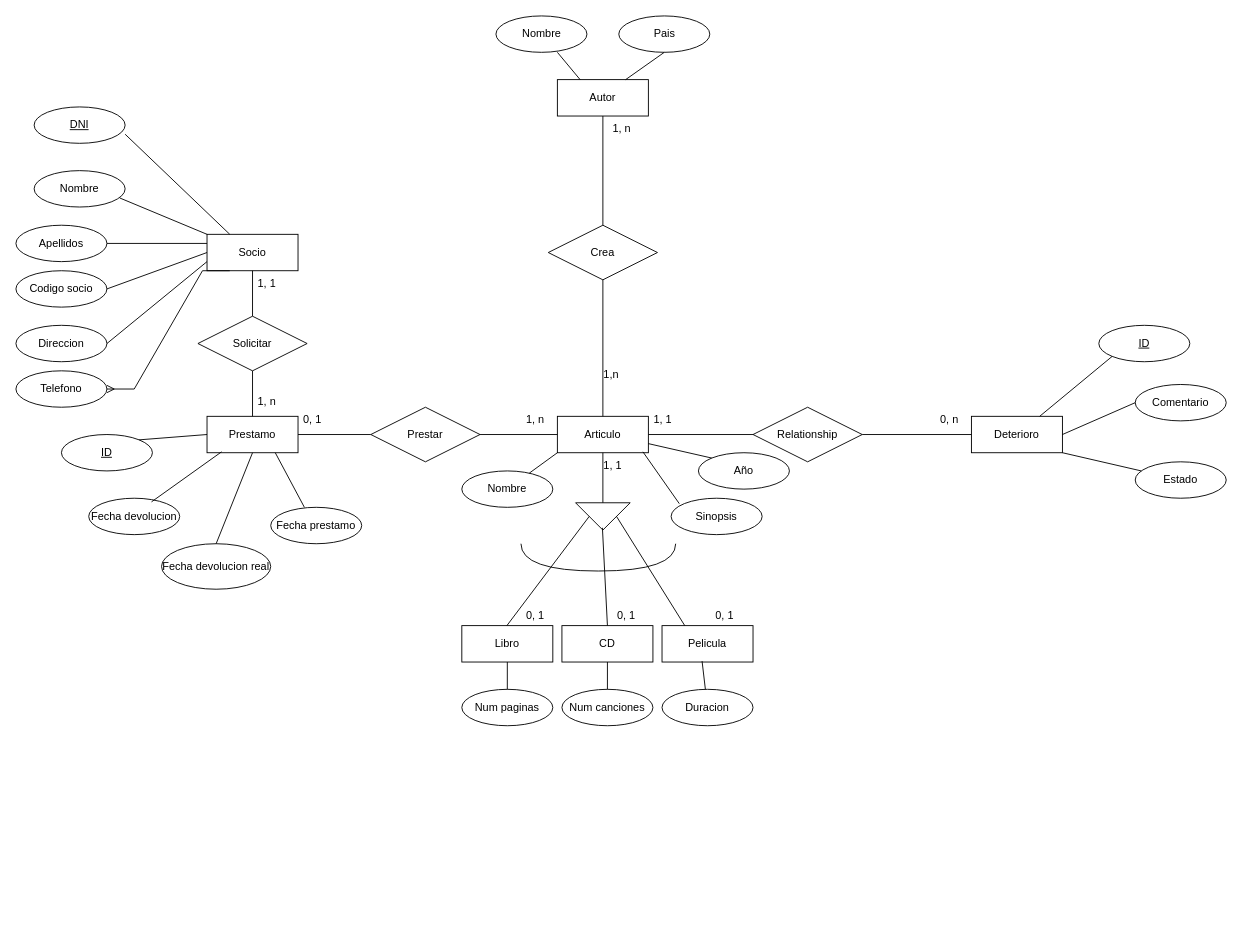
Above: Actividad_06_C3_UD12.drawio in jordimall/jmg-tsys-ta12diagramasER-drawio-111023 (draw.io), before the change. Source tidied: cells renumbered, new cells numbered last; positions are measured from the earlier drawing's top-left corner, leaving out a move shared by most shapes. Both pictures are drawn from the tidied source at 91%, with x=0, y=0 at pixel (15, 15).
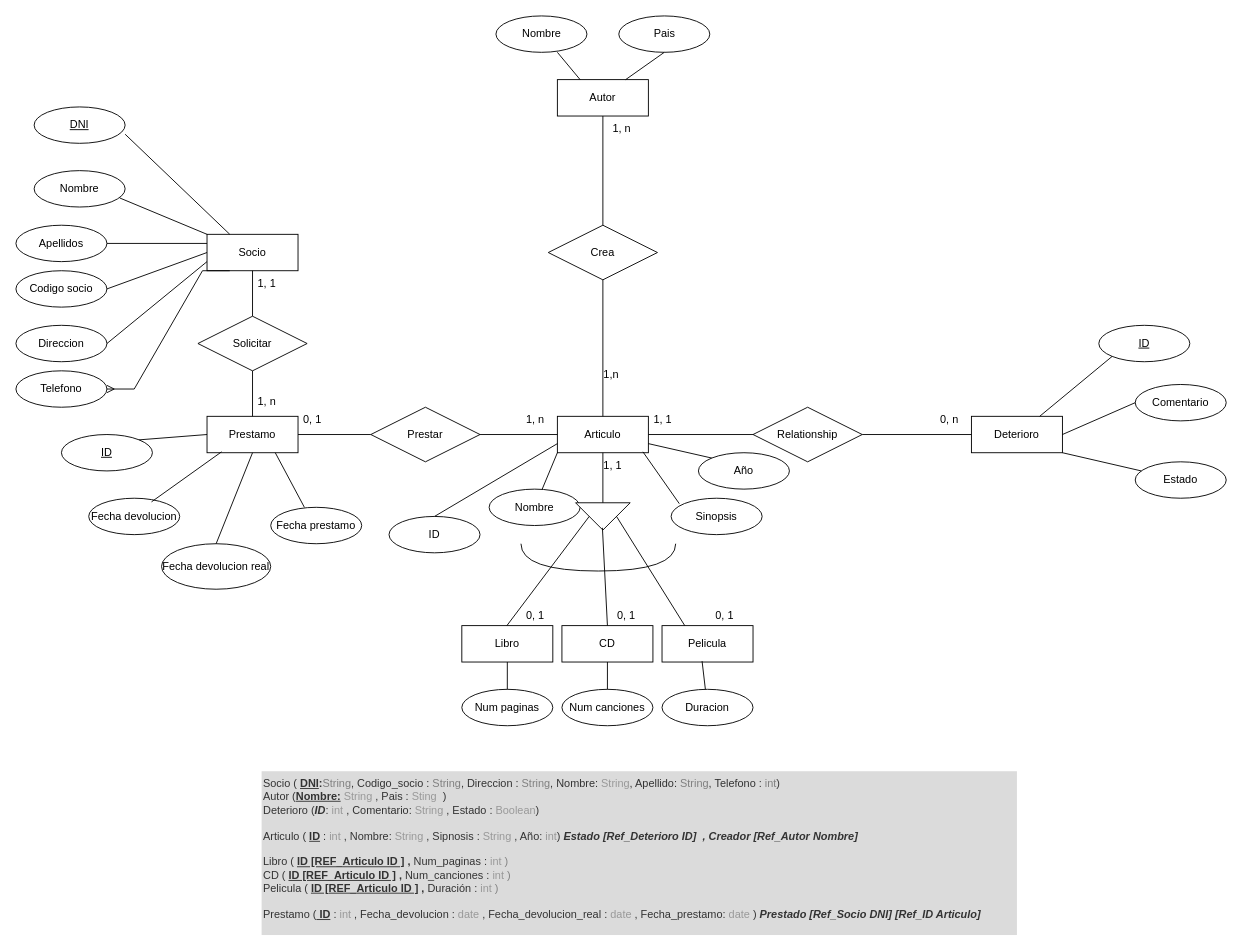
The same diagram, later.

Unchanged cells that the change refers to:
```xml
<mxCell id="3" value="Articulo" style="whiteSpace=wrap;html=1;align=center;" parent="1" vertex="1">
  <mxGeometry x="595" y="440" width="100" height="40" as="geometry" />
</mxCell>
```

What changed in the source:
```diff
@@
     <mxCell id="9" value="Nombre" style="ellipse;whiteSpace=wrap;html=1;align=center;" parent="1" vertex="1">
-      <mxGeometry x="490" y="500" width="100" height="40" as="geometry" />
+      <mxGeometry x="520" y="520" width="100" height="40" as="geometry" />
     </mxCell>
@@
+    <mxCell id="82" value="&lt;font&gt;&lt;font&gt;Socio ( &lt;b&gt;&lt;u&gt;DNI&lt;/u&gt;:&lt;/b&gt;&lt;font style=&quot;&quot; color=&quot;#808080&quot;&gt;String&lt;/font&gt;, Codigo_socio : &lt;font color=&quot;#808080&quot;&gt;String&lt;/font&gt;, Direccion : &lt;font color=&quot;#808080&quot;&gt;String&lt;/font&gt;, Nombre: &lt;font color=&quot;#999999&quot;&gt;String&lt;/font&gt;, Apellido:&lt;font color=&quot;#808080&quot;&gt;&amp;nbsp;String&lt;/font&gt;, Telefono :&lt;font color=&quot;#808080&quot;&gt; int&lt;/font&gt;)&lt;br&gt;Autor (&lt;b&gt;&lt;u&gt;Nombre:&lt;/u&gt;&lt;/b&gt; &lt;font color=&quot;#999999&quot;&gt;String &lt;/font&gt;, Pais :&lt;font color=&quot;#999999&quot;&gt; Sting&lt;/font&gt;&amp;nbsp; )&lt;br&gt;Deterioro (&lt;b style=&quot;border-color: var(--border-color);&quot;&gt;&lt;i style=&quot;border-color: var(--border-color);&quot;&gt;ID&lt;/i&gt;&lt;/b&gt;:&amp;nbsp;&lt;font style=&quot;border-color: var(--border-color);&quot; color=&quot;#999999&quot;&gt;int&amp;nbsp;&lt;/font&gt;, Comentario:&lt;font style=&quot;border-color: var(--border-color);&quot; color=&quot;#999999&quot;&gt;&amp;nbsp;String&lt;/font&gt;&amp;nbsp;, Estado :&amp;nbsp;&lt;font style=&quot;border-color: var(--border-color);&quot; color=&quot;#999999&quot;&gt;Boolean&lt;/font&gt;)&lt;br&gt;&lt;br&gt;Articulo ( &lt;b style=&quot;text-decoration-line: underline;&quot;&gt;ID&lt;/b&gt;&amp;nbsp;: &lt;font color=&quot;#999999&quot;&gt;int&lt;/font&gt; , Nombre: &lt;font color=&quot;#999999&quot;&gt;String&lt;/font&gt; , Sipnosis : &lt;font color=&quot;#999999&quot;&gt;String&lt;/font&gt; , Año:&lt;font color=&quot;#999999&quot;&gt; int&lt;/font&gt;)&amp;nbsp;&lt;i&gt;&lt;b&gt;Estado [Ref_Deterioro ID]&amp;nbsp; , Creador [Ref_Autor Nombre]&lt;/b&gt;&lt;/i&gt;&lt;br&gt;&lt;br&gt;Libro ( &lt;u style=&quot;&quot;&gt;&lt;b&gt;ID [REF_&lt;/b&gt;&lt;/u&gt;&lt;b style=&quot;border-color: var(--border-color);&quot;&gt;&lt;span style=&quot;border-color: var(--border-color);&quot;&gt;&lt;u style=&quot;&quot;&gt;Articulo ID ]&lt;/u&gt;&amp;nbsp;,&lt;i&gt;&amp;nbsp;&lt;/i&gt;&lt;/span&gt;&lt;/b&gt;Num_paginas&amp;nbsp;: &lt;font color=&quot;#999999&quot;&gt;int&lt;/font&gt;&lt;font color=&quot;#808080&quot;&gt;&amp;nbsp;)&lt;br&gt;&lt;/font&gt;CD (&amp;nbsp;&lt;u style=&quot;border-color: var(--border-color);&quot;&gt;&lt;b style=&quot;border-color: var(--border-color);&quot;&gt;ID [REF_&lt;/b&gt;&lt;/u&gt;&lt;b style=&quot;border-color: var(--border-color);&quot;&gt;&lt;u style=&quot;border-color: var(--border-color);&quot;&gt;Articulo ID ]&lt;/u&gt;&amp;nbsp;,&lt;i style=&quot;border-color: var(--border-color);&quot;&gt;&amp;nbsp;&lt;/i&gt;&lt;/b&gt;Num_canciones : &lt;font color=&quot;#999999&quot;&gt;int&lt;font style=&quot;border-color: var(--border-color);&quot;&gt;&amp;nbsp;&lt;/font&gt;&lt;/font&gt;&lt;font style=&quot;border-color: var(--border-color);&quot; color=&quot;#808080&quot;&gt;)&lt;br&gt;&lt;/font&gt;Pelicula (&amp;nbsp;&lt;u style=&quot;border-color: var(--border-color);&quot;&gt;&lt;b style=&quot;border-color: var(--border-color);&quot;&gt;ID [REF_&lt;/b&gt;&lt;/u&gt;&lt;span style=&quot;border-color: var(--border-color);&quot;&gt;&lt;u style=&quot;font-weight: bold; border-color: var(--border-color);&quot;&gt;Articulo ID ]&lt;/u&gt;&lt;b&gt;&amp;nbsp;,&lt;/b&gt;&lt;span style=&quot;border-color: var(--border-color);&quot;&gt;&lt;i style=&quot;font-weight: bold;&quot;&gt;&amp;nbsp;&lt;/i&gt;Duración&lt;/span&gt;&lt;/span&gt;&amp;nbsp;: &lt;font color=&quot;#999999&quot;&gt;int&lt;/font&gt;&lt;font style=&quot;border-color: var(--border-color);&quot;&gt;&lt;font color=&quot;#808080&quot;&gt;&amp;nbsp;)&lt;/font&gt;&lt;br&gt;&lt;/font&gt;&lt;b&gt;&lt;br&gt;&lt;/b&gt;Prestamo (&lt;b style=&quot;border-color: var(--border-color);&quot;&gt;&lt;u style=&quot;border-color: var(--border-color);&quot;&gt;&amp;nbsp;ID&lt;/u&gt;&lt;/b&gt;&amp;nbsp;:&lt;font style=&quot;border-color: var(--border-color);&quot; color=&quot;#999999&quot;&gt;&amp;nbsp;int&amp;nbsp;&lt;/font&gt;, Fecha_devolucion :&amp;nbsp;&lt;font style=&quot;border-color: var(--border-color);&quot; color=&quot;#999999&quot;&gt;date&lt;/font&gt;&amp;nbsp;, Fecha_devolucion_real :&lt;font style=&quot;border-color: var(--border-color);&quot; color=&quot;#999999&quot;&gt;&amp;nbsp;date&amp;nbsp;&lt;/font&gt;, Fecha_prestamo:&amp;nbsp;&lt;font style=&quot;border-color: var(--border-color);&quot; color=&quot;#999999&quot;&gt;date&lt;/font&gt;&amp;nbsp;)&amp;nbsp;&lt;i style=&quot;border-color: var(--border-color);&quot;&gt;&lt;b style=&quot;border-color: var(--border-color);&quot;&gt;Prestado [Ref_Socio DNI] [Ref_ID Articulo]&lt;/b&gt;&lt;/i&gt;&lt;b&gt;&lt;br&gt;&lt;/b&gt;&lt;br&gt;&lt;/font&gt;&lt;/font&gt;" style="text;html=1;strokeColor=none;fillColor=#dbdbdb;align=left;verticalAlign=top;whiteSpace=wrap;rounded=0;horizontal=1;fontColor=#333333;" parent="1" vertex="1">
+      <mxGeometry x="270" y="830" width="830" height="180" as="geometry" />
+    </mxCell>
+    <mxCell id="83" value="ID" style="ellipse;whiteSpace=wrap;html=1;align=center;" parent="1" vertex="1">
+      <mxGeometry x="410" y="550" width="100" height="40" as="geometry" />
+    </mxCell>
+    <mxCell id="84" style="endArrow=none;html=1;rounded=0;exitX=0.5;exitY=0;exitDx=0;exitDy=0;entryX=0;entryY=0.75;entryDx=0;entryDy=0;" parent="1" edge="1" source="83" target="3">
+      <mxGeometry relative="1" as="geometry" />
+    </mxCell>
```
